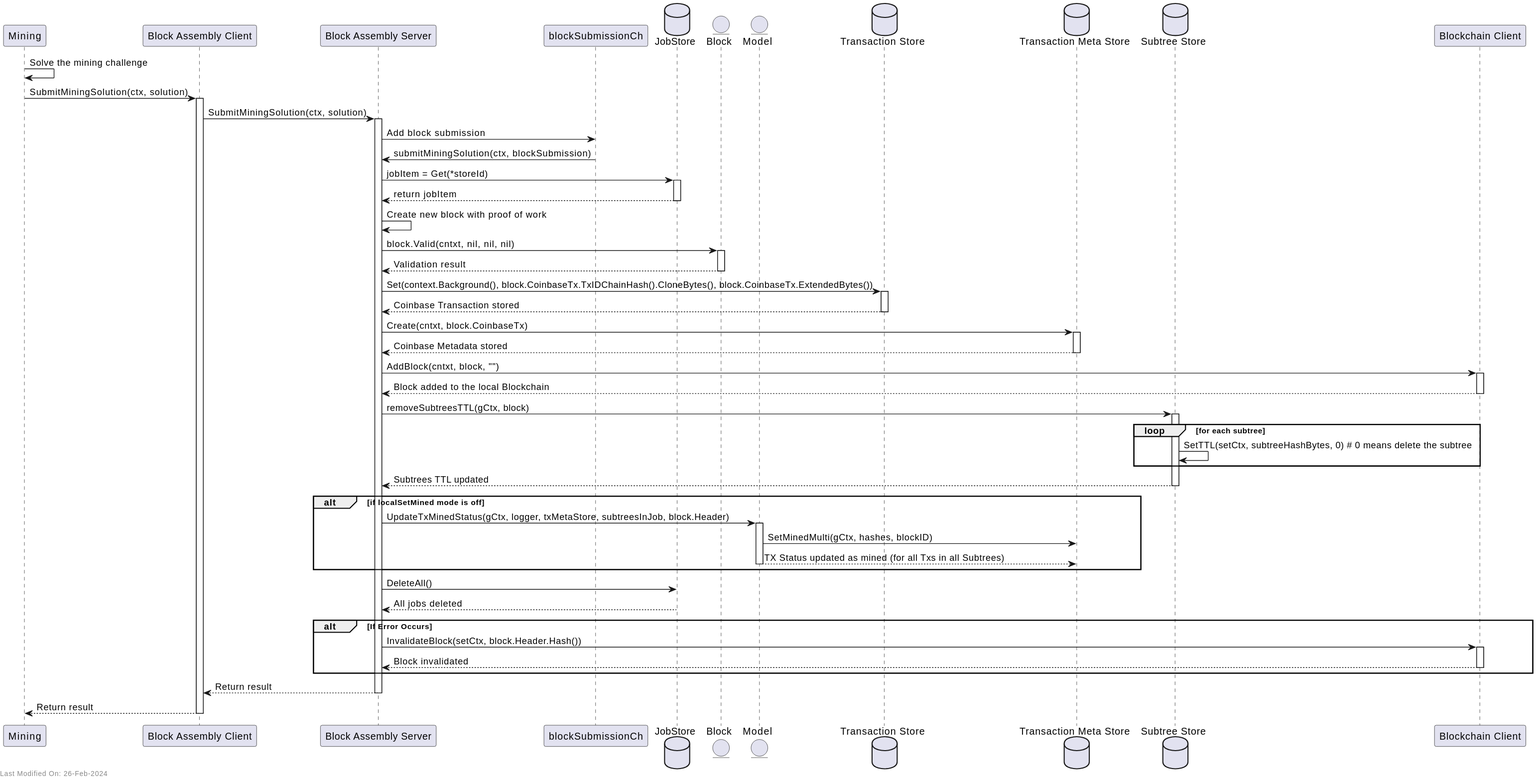
Earlier version of the PlantUML export docs/services/img/plantuml/blockassembly/block_assembly_submit_mining_solution.svg (freemans13/teranode). Its source is kept beside it as docs/services/img/plantuml/blockassembly/block_assembly_submit_mining_solution.puml.
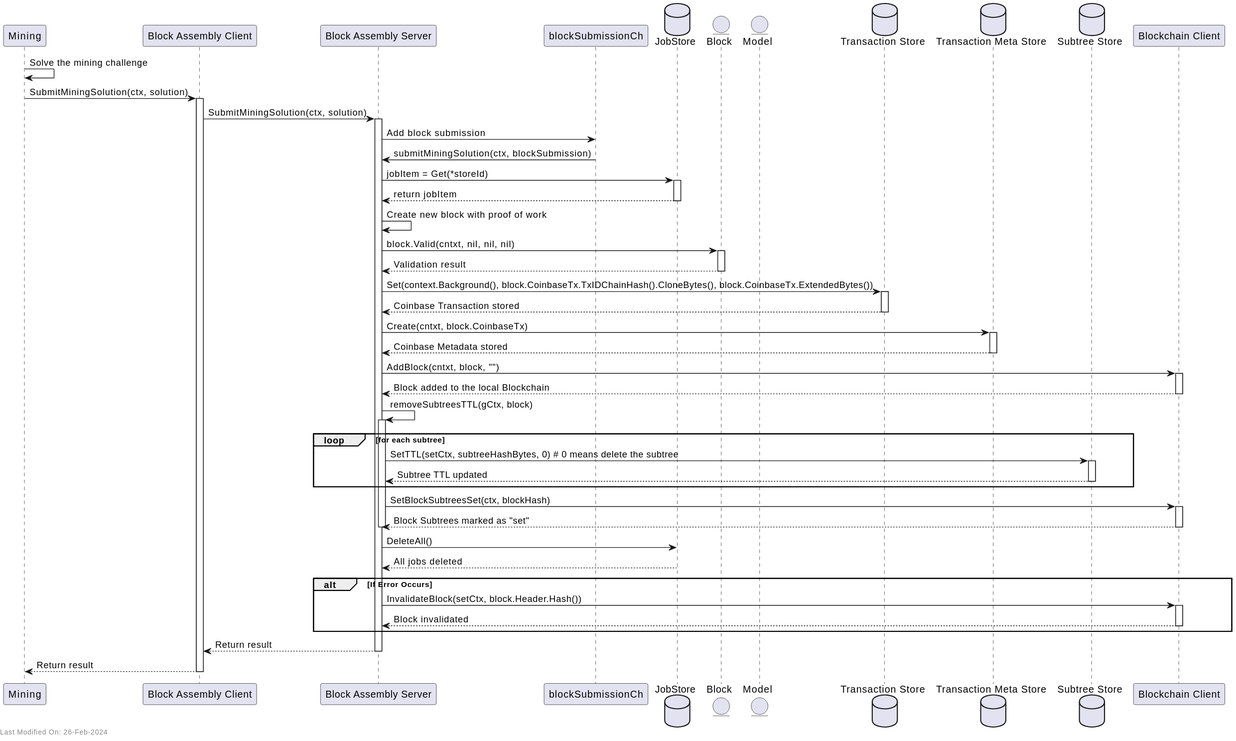
After the change.

The edit, as a diff of the source:
```diff
@@ -48,21 +48,21 @@
 BlockchainClient --> Server : Block added to the local Blockchain
 deactivate BlockchainClient
 
-Server -> SubtreeStore : removeSubtreesTTL(gCtx, block)
-activate SubtreeStore
+Server -> Server : removeSubtreesTTL(gCtx, block)
+activate Server
 loop for each subtree
-    SubtreeStore -> SubtreeStore : SetTTL(setCtx, subtreeHashBytes, 0) # 0 means delete the subtree
+    Server -> SubtreeStore : SetTTL(setCtx, subtreeHashBytes, 0) # 0 means delete the subtree
+    activate SubtreeStore
+    SubtreeStore --> Server : Subtree TTL updated
+    deactivate SubtreeStore
 end
-SubtreeStore --> Server : Subtrees TTL updated
-deactivate SubtreeStore
 
-alt if localSetMined mode is off
-    Server -> Model : UpdateTxMinedStatus(gCtx, logger, txMetaStore, subtreesInJob, block.Header)
-    activate Model
-    Model -> TxMetaStore: SetMinedMulti(gCtx, hashes, blockID)
-    Model --> TxMetaStore : TX Status updated as mined (for all Txs in all Subtrees)
-    deactivate Model
-end
+Server -> BlockchainClient : SetBlockSubtreesSet(ctx, blockHash)
+activate BlockchainClient
+BlockchainClient --> Server : Block Subtrees marked as "set"
+deactivate BlockchainClient
+
+deactivate Server
 
 
 
```
